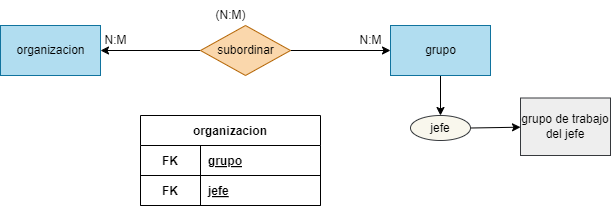
Above: BAE/Tareas/Unidad2/Images/Ejercicio17.drawio.png in ResetMeNow/DAW (draw.io), before the change. Source tidied: cells renumbered, new cells last; positions are measured from the earlier drawing's top-left corner, leaving out a move shared by most shapes.
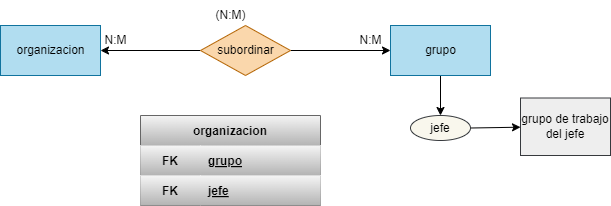
Above is the later version.

Change to the diagram source:
```diff
@@ -2,25 +2,25 @@
   <root>
     <mxCell id="0" />
     <mxCell id="1" parent="0" />
-    <mxCell id="2" value="organizacion" style="shape=table;startSize=30;rowLines=0;fontStyle=1;align=center;" parent="1" vertex="1">
+    <mxCell id="2" value="organizacion" style="shape=table;startSize=30;rowLines=0;fontStyle=1;align=center;fillColor=#f5f5f5;gradientColor=#b3b3b3;strokeColor=#666666;" parent="1" vertex="1">
       <mxGeometry x="140" y="115" width="180" height="90" as="geometry" />
     </mxCell>
-    <mxCell id="3" style="shape=tableRow;horizontal=0;startSize=0;swimlaneHead=0;swimlaneBody=0;fillColor=none;top=0;left=0;right=0;bottom=1;" parent="2" vertex="1">
+    <mxCell id="3" style="shape=tableRow;horizontal=0;startSize=0;swimlaneHead=0;swimlaneBody=0;fillColor=#f5f5f5;top=0;left=0;right=0;bottom=1;gradientColor=#b3b3b3;strokeColor=#666666;" parent="2" vertex="1">
       <mxGeometry y="30" width="180" height="30" as="geometry" />
     </mxCell>
-    <mxCell id="4" value="FK" style="shape=partialRectangle;fillColor=none;top=0;left=0;bottom=0;right=0;fontStyle=1;overflow=hidden;" parent="3" vertex="1">
+    <mxCell id="4" value="FK" style="shape=partialRectangle;fillColor=#f5f5f5;top=0;left=0;bottom=0;right=0;fontStyle=1;overflow=hidden;gradientColor=#b3b3b3;strokeColor=#666666;" parent="3" vertex="1">
       <mxGeometry width="60" height="30" as="geometry" />
     </mxCell>
-    <mxCell id="5" value="grupo" style="shape=partialRectangle;fillColor=none;top=0;left=0;bottom=0;right=0;align=left;spacingLeft=6;fontStyle=5;overflow=hidden;" parent="3" vertex="1">
+    <mxCell id="5" value="grupo" style="shape=partialRectangle;fillColor=#f5f5f5;top=0;left=0;bottom=0;right=0;align=left;spacingLeft=6;fontStyle=5;overflow=hidden;gradientColor=#b3b3b3;strokeColor=#666666;" parent="3" vertex="1">
       <mxGeometry x="60" width="120" height="30" as="geometry" />
     </mxCell>
-    <mxCell id="6" style="shape=tableRow;horizontal=0;startSize=0;swimlaneHead=0;swimlaneBody=0;fillColor=none;top=0;left=0;right=0;bottom=1;" parent="2" vertex="1">
+    <mxCell id="6" style="shape=tableRow;horizontal=0;startSize=0;swimlaneHead=0;swimlaneBody=0;fillColor=#f5f5f5;top=0;left=0;right=0;bottom=1;gradientColor=#b3b3b3;strokeColor=#666666;" parent="2" vertex="1">
       <mxGeometry y="60" width="180" height="30" as="geometry" />
     </mxCell>
-    <mxCell id="7" value="FK" style="shape=partialRectangle;fillColor=none;top=0;left=0;bottom=0;right=0;fontStyle=1;overflow=hidden;" parent="6" vertex="1">
+    <mxCell id="7" value="FK" style="shape=partialRectangle;fillColor=#f5f5f5;top=0;left=0;bottom=0;right=0;fontStyle=1;overflow=hidden;gradientColor=#b3b3b3;strokeColor=#666666;" parent="6" vertex="1">
       <mxGeometry width="60" height="30" as="geometry" />
     </mxCell>
-    <mxCell id="8" value="jefe" style="shape=partialRectangle;fillColor=none;top=0;left=0;bottom=0;right=0;align=left;spacingLeft=6;fontStyle=5;overflow=hidden;" parent="6" vertex="1">
+    <mxCell id="8" value="jefe" style="shape=partialRectangle;fillColor=#f5f5f5;top=0;left=0;bottom=0;right=0;align=left;spacingLeft=6;fontStyle=5;overflow=hidden;gradientColor=#b3b3b3;strokeColor=#666666;" parent="6" vertex="1">
       <mxGeometry x="60" width="120" height="30" as="geometry" />
     </mxCell>
     <mxCell id="9" value="organizacion" style="html=1;dashed=0;whitespace=wrap;fillColor=#b1ddf0;strokeColor=#10739e;" parent="1" vertex="1">
```
